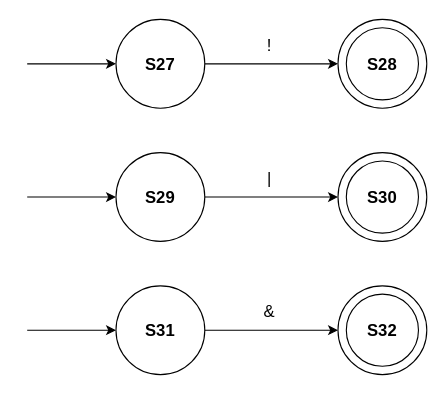
Earlier version of the draw.io diagram logicOperators.drawio (MonaJea-Ng/Projects). Source tidied: cells renumbered, new cells numbered last; positions are measured from the earlier drawing's top-left corner, leaving out a move shared by most shapes. Both pictures are drawn from the tidied source at 111%, with x=0, y=0 at pixel (27, 19).
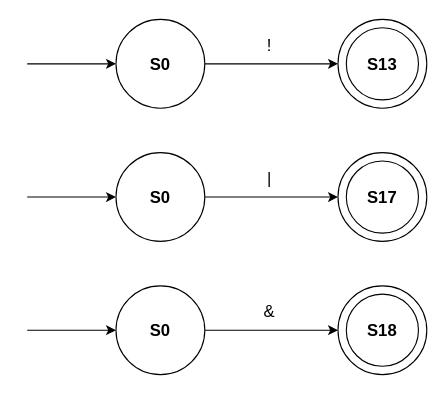
Above is the later version.

Diff of the diagram source:
```diff
@@
-    <mxCell id="7" value="&lt;b style=&quot;font-size: 15px;&quot;&gt;S27&lt;/b&gt;" style="text;html=1;strokeColor=none;fillColor=none;align=center;verticalAlign=middle;whiteSpace=wrap;rounded=0;fontSize=15;" parent="1" vertex="1">
+    <mxCell id="7" value="&lt;b style=&quot;font-size: 15px;&quot;&gt;S0&lt;/b&gt;" style="text;html=1;strokeColor=none;fillColor=none;align=center;verticalAlign=middle;whiteSpace=wrap;rounded=0;fontSize=15;" parent="1" vertex="1">
       <mxGeometry x="90" y="25" width="60" height="30" as="geometry" />
     </mxCell>
-    <mxCell id="8" value="&lt;b&gt;&lt;font style=&quot;font-size: 15px;&quot;&gt;S28&lt;/font&gt;&lt;/b&gt;" style="text;html=1;strokeColor=none;fillColor=none;align=center;verticalAlign=middle;whiteSpace=wrap;rounded=0;" parent="1" vertex="1">
+    <mxCell id="8" value="&lt;b&gt;&lt;font style=&quot;font-size: 15px;&quot;&gt;S13&lt;/font&gt;&lt;/b&gt;" style="text;html=1;strokeColor=none;fillColor=none;align=center;verticalAlign=middle;whiteSpace=wrap;rounded=0;" parent="1" vertex="1">
       <mxGeometry x="290" y="25" width="60" height="30" as="geometry" />
     </mxCell>
@@
-    <mxCell id="15" value="&lt;b style=&quot;font-size: 15px;&quot;&gt;S29&lt;/b&gt;" style="text;html=1;strokeColor=none;fillColor=none;align=center;verticalAlign=middle;whiteSpace=wrap;rounded=0;fontSize=15;" parent="1" vertex="1">
+    <mxCell id="15" value="&lt;b style=&quot;font-size: 15px;&quot;&gt;S0&lt;/b&gt;" style="text;html=1;strokeColor=none;fillColor=none;align=center;verticalAlign=middle;whiteSpace=wrap;rounded=0;fontSize=15;" parent="1" vertex="1">
       <mxGeometry x="90" y="145" width="60" height="30" as="geometry" />
     </mxCell>
-    <mxCell id="16" value="&lt;b&gt;&lt;font style=&quot;font-size: 15px;&quot;&gt;S30&lt;/font&gt;&lt;/b&gt;" style="text;html=1;strokeColor=none;fillColor=none;align=center;verticalAlign=middle;whiteSpace=wrap;rounded=0;" parent="1" vertex="1">
+    <mxCell id="16" value="&lt;b&gt;&lt;font style=&quot;font-size: 15px;&quot;&gt;S17&lt;/font&gt;&lt;/b&gt;" style="text;html=1;strokeColor=none;fillColor=none;align=center;verticalAlign=middle;whiteSpace=wrap;rounded=0;" parent="1" vertex="1">
       <mxGeometry x="290" y="145" width="60" height="30" as="geometry" />
     </mxCell>
@@
-    <mxCell id="23" value="&lt;b style=&quot;font-size: 15px;&quot;&gt;S31&lt;/b&gt;" style="text;html=1;strokeColor=none;fillColor=none;align=center;verticalAlign=middle;whiteSpace=wrap;rounded=0;fontSize=15;" parent="1" vertex="1">
+    <mxCell id="23" value="&lt;b style=&quot;font-size: 15px;&quot;&gt;S0&lt;/b&gt;" style="text;html=1;strokeColor=none;fillColor=none;align=center;verticalAlign=middle;whiteSpace=wrap;rounded=0;fontSize=15;" parent="1" vertex="1">
       <mxGeometry x="90" y="265" width="60" height="30" as="geometry" />
     </mxCell>
-    <mxCell id="24" value="&lt;b&gt;&lt;font style=&quot;font-size: 15px;&quot;&gt;S32&lt;/font&gt;&lt;/b&gt;" style="text;html=1;strokeColor=none;fillColor=none;align=center;verticalAlign=middle;whiteSpace=wrap;rounded=0;" parent="1" vertex="1">
+    <mxCell id="24" value="&lt;b&gt;&lt;font style=&quot;font-size: 15px;&quot;&gt;S18&lt;/font&gt;&lt;/b&gt;" style="text;html=1;strokeColor=none;fillColor=none;align=center;verticalAlign=middle;whiteSpace=wrap;rounded=0;" parent="1" vertex="1">
       <mxGeometry x="290" y="265" width="60" height="30" as="geometry" />
     </mxCell>
```
